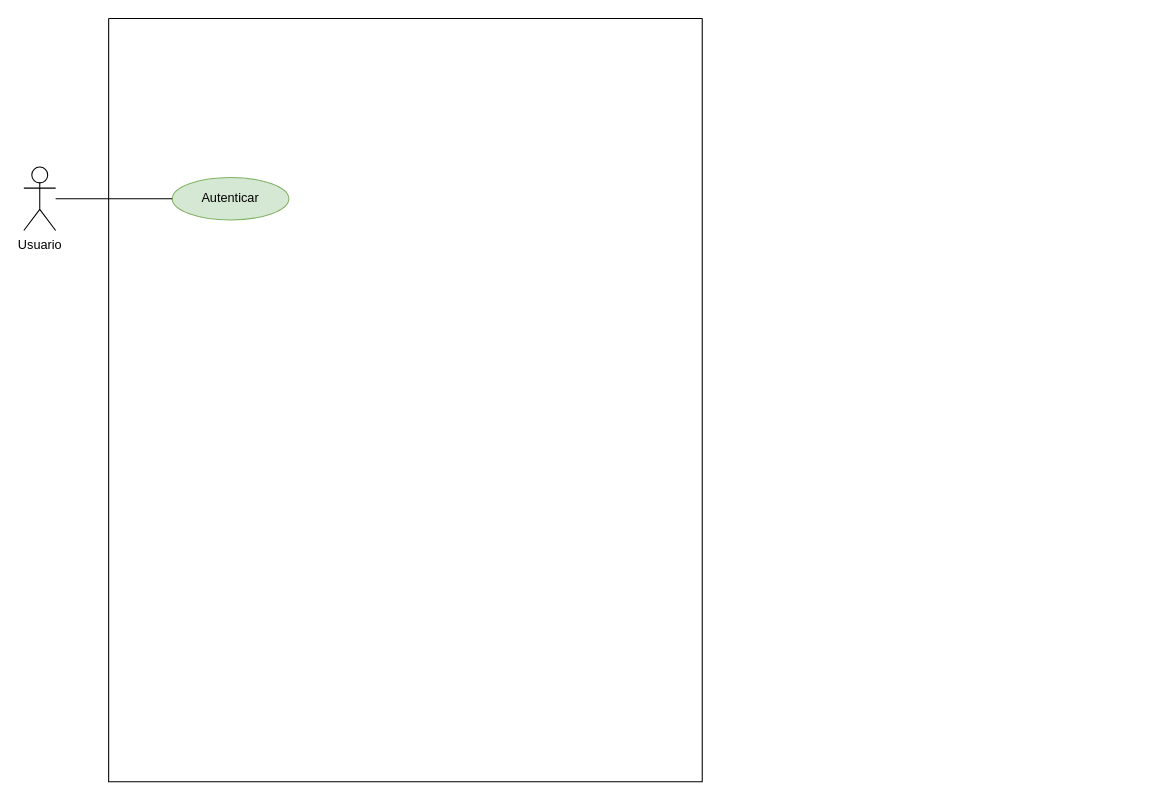
Above: doc/diagramas/Descuentra_CU.drawio in samugd17/proyecto-ets (draw.io), before the change. Source tidied: cells renumbered, new cells numbered last; positions are measured from the earlier drawing's top-left corner, leaving out a move shared by most shapes. Both pictures are drawn from the tidied source at 106%, with x=0, y=0 at pixel (23, 18).
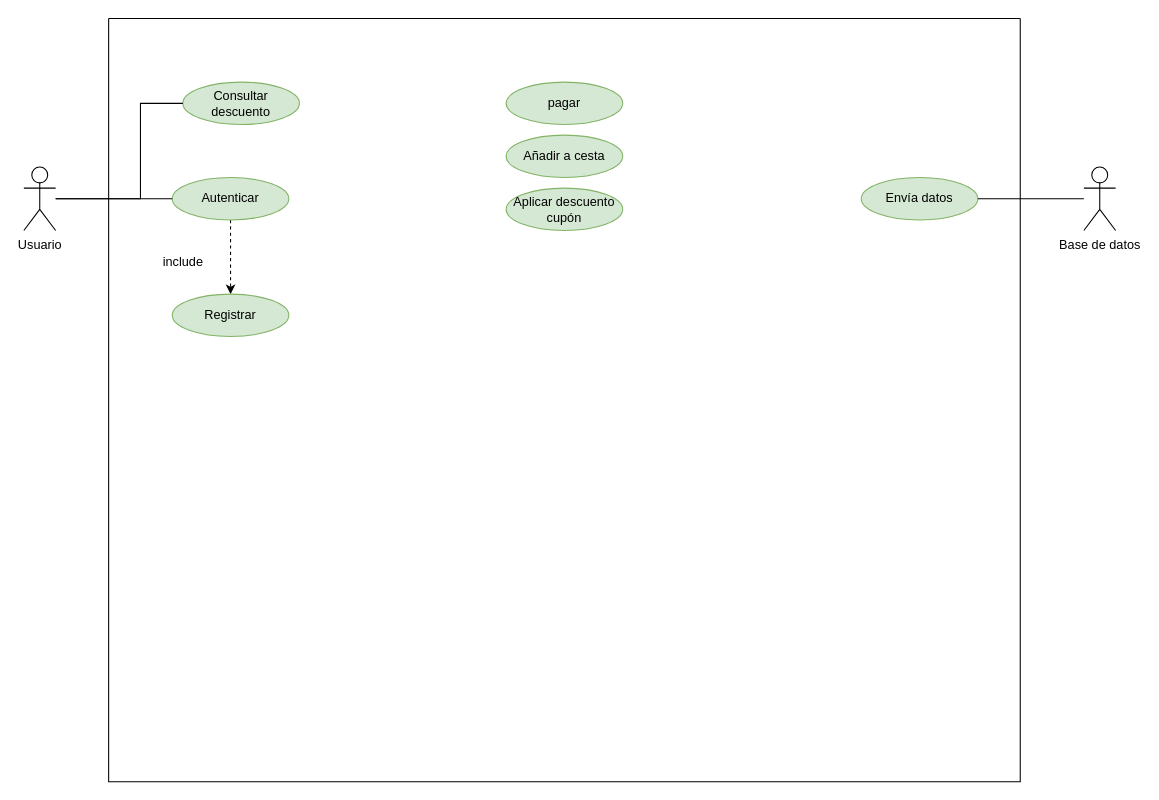
Above is the later version.

The edit, as a diff of the source:
```diff
@@
 <mxGraphModel>
   <root>
     <mxCell id="0" />
     <mxCell id="1" parent="0" />
     <mxCell id="2" style="swimlane;startSize=0;" parent="1" vertex="1">
-      <mxGeometry x="80" width="560" height="720" as="geometry" />
+      <mxGeometry x="80" width="860" height="720" as="geometry" />
     </mxCell>
+    <mxCell id="6" style="edgeStyle=orthogonalEdgeStyle;rounded=0;jettySize=auto;html=1;entryX=0.5;entryY=0;entryDx=0;entryDy=0;endArrow=classic;endFill=1;dashed=1;" parent="2" edge="1" source="3" target="8">
+      <mxGeometry relative="1" as="geometry" />
+    </mxCell>
     <mxCell id="3" value="Autenticar" style="ellipse;whiteSpace=wrap;html=1;fillColor=#d5e8d4;strokeColor=#82b366;" parent="2" vertex="1">
       <mxGeometry x="60" y="150" width="110" height="40" as="geometry" />
     </mxCell>
+    <mxCell id="7" value="&lt;div&gt;Consultar&lt;/div&gt;&lt;div&gt;descuento&lt;/div&gt;" style="ellipse;whiteSpace=wrap;html=1;fillColor=#d5e8d4;strokeColor=#82b366;" parent="2" vertex="1">
+      <mxGeometry x="70" y="60" width="110" height="40" as="geometry" />
+    </mxCell>
+    <mxCell id="8" value="Registrar" style="ellipse;whiteSpace=wrap;html=1;fillColor=#d5e8d4;strokeColor=#82b366;" parent="2" vertex="1">
+      <mxGeometry x="60" y="260" width="110" height="40" as="geometry" />
+    </mxCell>
+    <mxCell id="9" value="include" style="text;html=1;align=center;verticalAlign=middle;strokeColor=none;fillColor=none;" parent="2" vertex="1">
+      <mxGeometry x="40" y="215" width="60" height="30" as="geometry" />
+    </mxCell>
+    <mxCell id="10" value="Envía datos" style="ellipse;whiteSpace=wrap;html=1;fillColor=#d5e8d4;strokeColor=#82b366;" parent="2" vertex="1">
+      <mxGeometry x="710" y="150" width="110" height="40" as="geometry" />
+    </mxCell>
+    <mxCell id="11" value="pagar" style="ellipse;whiteSpace=wrap;html=1;fillColor=#d5e8d4;strokeColor=#82b366;" parent="2" vertex="1">
+      <mxGeometry x="375" y="60" width="110" height="40" as="geometry" />
+    </mxCell>
+    <mxCell id="12" value="Añadir a cesta" style="ellipse;whiteSpace=wrap;html=1;fillColor=#d5e8d4;strokeColor=#82b366;" parent="2" vertex="1">
+      <mxGeometry x="375" y="110" width="110" height="40" as="geometry" />
+    </mxCell>
+    <mxCell id="13" value="Aplicar descuento cupón" style="ellipse;whiteSpace=wrap;html=1;fillColor=#d5e8d4;strokeColor=#82b366;" parent="2" vertex="1">
+      <mxGeometry x="375" y="160" width="110" height="40" as="geometry" />
+    </mxCell>
     <mxCell id="4" style="edgeStyle=orthogonalEdgeStyle;rounded=0;jettySize=auto;html=1;entryX=0;entryY=0.5;entryDx=0;entryDy=0;endArrow=none;endFill=0;" parent="1" edge="1" source="5" target="3">
       <mxGeometry relative="1" as="geometry" />
     </mxCell>
+    <mxCell id="14" style="edgeStyle=orthogonalEdgeStyle;rounded=0;jettySize=auto;html=1;entryX=0;entryY=0.5;entryDx=0;entryDy=0;endArrow=none;endFill=0;" parent="1" edge="1" source="5" target="7">
+      <mxGeometry relative="1" as="geometry">
+        <Array as="points">
+          <mxPoint x="110" y="170" />
+          <mxPoint x="110" y="80" />
+        </Array>
+      </mxGeometry>
+    </mxCell>
     <mxCell id="5" value="&lt;div&gt;Usuario&lt;/div&gt;" style="shape=umlActor;verticalLabelPosition=bottom;verticalAlign=top;html=1;outlineConnect=0;" parent="1" vertex="1">
       <mxGeometry y="140" width="30" height="60" as="geometry" />
     </mxCell>
+    <mxCell id="15" style="edgeStyle=orthogonalEdgeStyle;rounded=0;jettySize=auto;html=1;entryX=1;entryY=0.5;entryDx=0;entryDy=0;endArrow=none;endFill=0;" parent="1" edge="1" source="16" target="10">
+      <mxGeometry relative="1" as="geometry" />
+    </mxCell>
+    <mxCell id="16" value="&lt;div&gt;Base de datos&lt;/div&gt;" style="shape=umlActor;verticalLabelPosition=bottom;verticalAlign=top;html=1;outlineConnect=0;" parent="1" vertex="1">
+      <mxGeometry x="1000" y="140" width="30" height="60" as="geometry" />
+    </mxCell>
   </root>
 </mxGraphModel>
```
